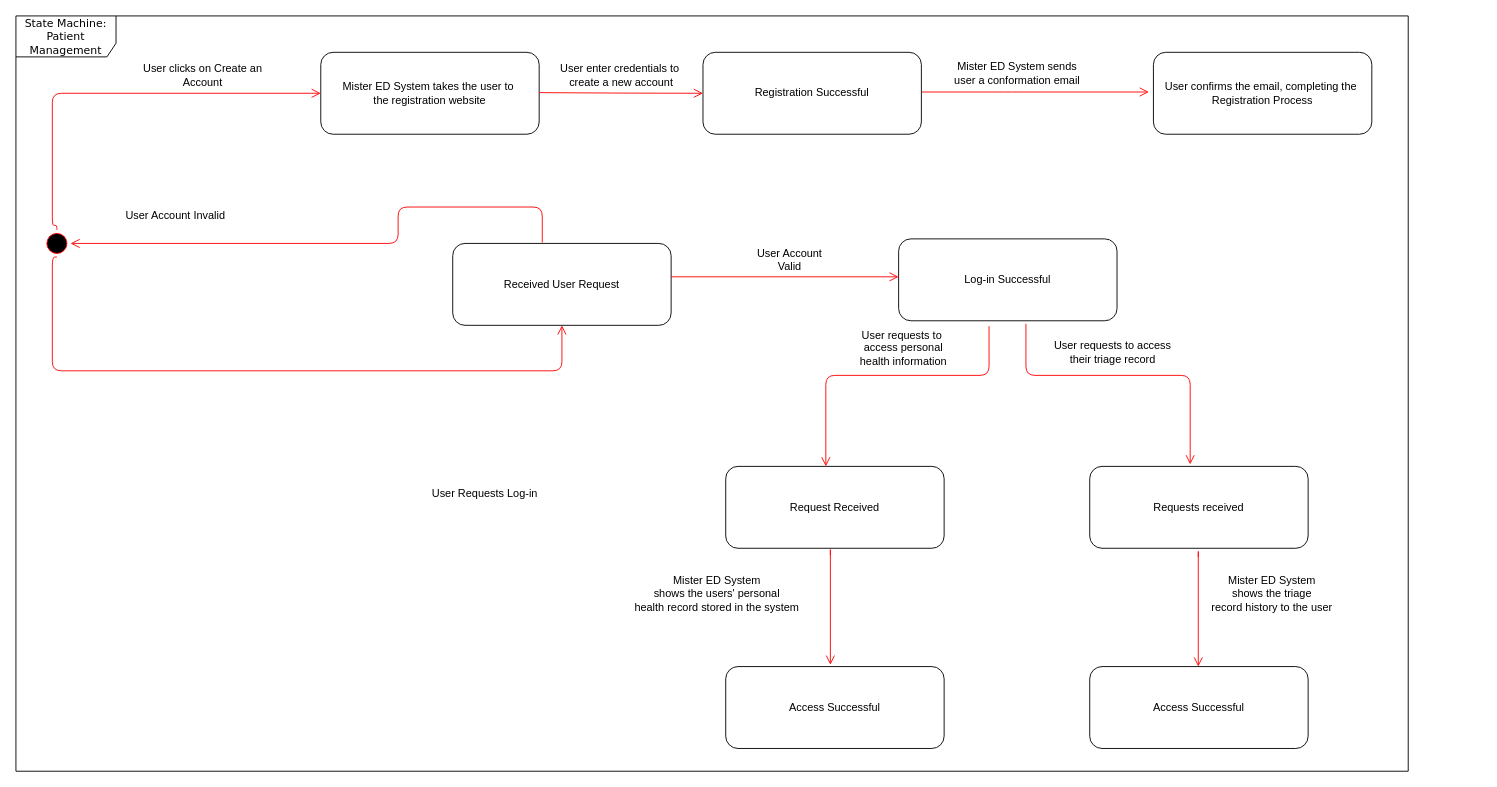
This is Patient_Management_State_Diagram.drawio from uvic-teach/project-m1-team8, a draw.io file, before an edit. Source tidied: cells renumbered, new cells numbered last; positions are measured from the earlier drawing's top-left corner, leaving out a move shared by most shapes. Both pictures are drawn from the tidied source at 91%, with x=0, y=0 at pixel (15, 15).
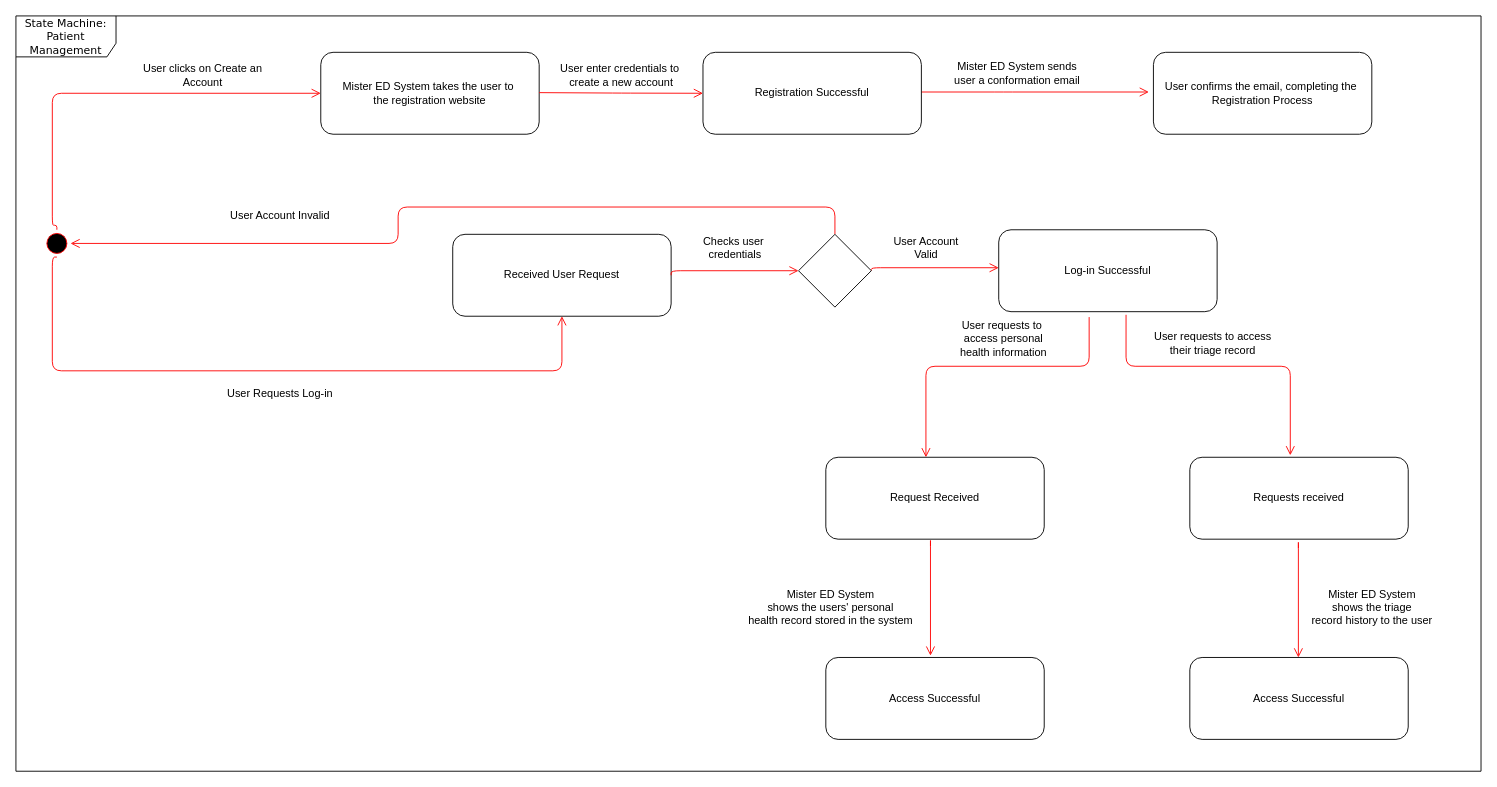
The same page after the edit.

Unchanged cells that the change refers to:
```xml
<mxCell id="3" style="ellipse;html=1;shape=startState;fillColor=#000000;strokeColor=#ff0000;rounded=1;shadow=0;comic=0;labelBackgroundColor=none;fontFamily=Verdana;fontSize=12;fontColor=#000000;align=center;direction=south;" parent="1" vertex="1">
  <mxGeometry x="30" y="235" width="30" height="30" as="geometry" />
</mxCell>
```

The edit, as a diff of the source:
```diff
@@
     <mxCell id="2" value="State Machine: Patient Management" style="shape=umlFrame;whiteSpace=wrap;html=1;rounded=1;shadow=0;comic=0;labelBackgroundColor=none;strokeWidth=1;fontFamily=Verdana;fontSize=12;align=center;width=110;height=45;" parent="1" vertex="1">
-      <mxGeometry width="1530" height="830" as="geometry" />
+      <mxGeometry width="1610" height="830" as="geometry" />
     </mxCell>
@@
     <mxCell id="5" value="User Requests Log-in" style="text;html=1;align=center;verticalAlign=middle;strokeColor=none;fillColor=none;" parent="1" vertex="1">
-      <mxGeometry x="445" y="510" width="140" height="30" as="geometry" />
+      <mxGeometry x="220" y="400" width="140" height="30" as="geometry" />
     </mxCell>
@@
     <mxCell id="8" value="Received User Request" style="rounded=1;whiteSpace=wrap;html=1;" parent="1" vertex="1">
-      <mxGeometry x="480" y="250" width="240" height="90" as="geometry" />
+      <mxGeometry x="480" y="240" width="240" height="90" as="geometry" />
     </mxCell>
@@
-    <mxCell id="14" style="edgeStyle=orthogonalEdgeStyle;html=1;labelBackgroundColor=none;endArrow=open;endSize=8;strokeColor=#ff0000;fontFamily=Verdana;fontSize=12;align=left;entryX=0.5;entryY=0;entryDx=0;entryDy=0;exitX=0.41;exitY=-0.012;exitDx=0;exitDy=0;exitPerimeter=0;" parent="1" edge="1" source="8" target="3">
+    <mxCell id="14" style="edgeStyle=orthogonalEdgeStyle;html=1;labelBackgroundColor=none;endArrow=open;endSize=8;strokeColor=#ff0000;fontFamily=Verdana;fontSize=12;align=left;entryX=0.5;entryY=0;entryDx=0;entryDy=0;exitX=0.5;exitY=0;exitDx=0;exitDy=0;" parent="1" edge="1" source="33" target="3">
       <mxGeometry relative="1" as="geometry">
         <Array as="points">
-          <mxPoint x="578" y="210" />
+          <mxPoint x="900" y="210" />
           <mxPoint x="420" y="210" />
           <mxPoint x="420" y="250" />
         </Array>
       </mxGeometry>
     </mxCell>
@@
-    <mxCell id="17" style="edgeStyle=orthogonalEdgeStyle;html=1;labelBackgroundColor=none;endArrow=open;endSize=8;strokeColor=#ff0000;fontFamily=Verdana;fontSize=12;align=left;entryX=0;entryY=0.5;entryDx=0;entryDy=0;" parent="1" edge="1">
+    <mxCell id="17" style="edgeStyle=orthogonalEdgeStyle;html=1;labelBackgroundColor=none;endArrow=open;endSize=8;strokeColor=#ff0000;fontFamily=Verdana;fontSize=12;align=left;entryX=0;entryY=0.5;entryDx=0;entryDy=0;exitX=1;exitY=0.5;exitDx=0;exitDy=0;" parent="1" edge="1" source="33">
       <mxGeometry relative="1" as="geometry">
-        <mxPoint x="720" y="286.7" as="sourcePoint" />
-        <mxPoint x="970" y="286.7" as="targetPoint" />
+        <mxPoint x="1080" y="276.7" as="targetPoint" />
         <Array as="points">
-          <mxPoint x="810" y="286.7" />
+          <mxPoint x="940" y="277" />
         </Array>
       </mxGeometry>
     </mxCell>
     <mxCell id="18" value="Log-in Successful" style="rounded=1;whiteSpace=wrap;html=1;" parent="1" vertex="1">
-      <mxGeometry x="970" y="245" width="240" height="90" as="geometry" />
+      <mxGeometry x="1080" y="235" width="240" height="90" as="geometry" />
     </mxCell>
     <mxCell id="19" value="User Account&lt;br&gt;Valid" style="text;html=1;align=center;verticalAlign=middle;strokeColor=none;fillColor=none;" parent="1" vertex="1">
-      <mxGeometry x="805" y="248" width="90" height="40" as="geometry" />
+      <mxGeometry x="955" y="235" width="90" height="40" as="geometry" />
     </mxCell>
     <mxCell id="20" style="edgeStyle=orthogonalEdgeStyle;html=1;labelBackgroundColor=none;endArrow=open;endSize=8;strokeColor=#ff0000;fontFamily=Verdana;fontSize=12;align=left;exitX=0.583;exitY=1.038;exitDx=0;exitDy=0;exitPerimeter=0;entryX=0.46;entryY=-0.024;entryDx=0;entryDy=0;entryPerimeter=0;" parent="1" edge="1" source="18" target="22">
       <mxGeometry relative="1" as="geometry">
         <Array as="points">
-          <mxPoint x="1110" y="395" />
-          <mxPoint x="1290" y="395" />
+          <mxPoint x="1220" y="385" />
+          <mxPoint x="1400" y="385" />
         </Array>
       </mxGeometry>
     </mxCell>
     <mxCell id="21" value="User requests to access &lt;br&gt;their triage record" style="text;html=1;align=center;verticalAlign=middle;strokeColor=none;fillColor=none;" parent="1" vertex="1">
-      <mxGeometry x="1130" y="350" width="150" height="40" as="geometry" />
+      <mxGeometry x="1240" y="340" width="150" height="40" as="geometry" />
     </mxCell>
     <mxCell id="22" value="Requests received" style="rounded=1;whiteSpace=wrap;html=1;" parent="1" vertex="1">
-      <mxGeometry x="1180" y="495" width="240" height="90" as="geometry" />
+      <mxGeometry x="1290" y="485" width="240" height="90" as="geometry" />
     </mxCell>
     <mxCell id="23" style="edgeStyle=orthogonalEdgeStyle;html=1;labelBackgroundColor=none;endArrow=open;endSize=8;strokeColor=#ff0000;fontFamily=Verdana;fontSize=12;align=left;" parent="1" edge="1">
       <mxGeometry relative="1" as="geometry">
-        <mxPoint x="1299.3" y="595" as="sourcePoint" />
-        <mxPoint x="1299.3" y="715" as="targetPoint" />
+        <mxPoint x="1409.3" y="585" as="sourcePoint" />
+        <mxPoint x="1409.3" y="705" as="targetPoint" />
         <Array as="points">
-          <mxPoint x="1299.3" y="585" />
-          <mxPoint x="1299.3" y="585" />
+          <mxPoint x="1409.3" y="575" />
+          <mxPoint x="1409.3" y="575" />
         </Array>
       </mxGeometry>
     </mxCell>
     <mxCell id="24" value="Access Successful" style="rounded=1;whiteSpace=wrap;html=1;" parent="1" vertex="1">
-      <mxGeometry x="1180" y="715" width="240" height="90" as="geometry" />
+      <mxGeometry x="1290" y="705" width="240" height="90" as="geometry" />
     </mxCell>
     <mxCell id="25" value="Mister ED System&lt;br&gt;shows the triage&lt;br&gt;record history to the user" style="text;html=1;align=center;verticalAlign=middle;strokeColor=none;fillColor=none;" parent="1" vertex="1">
-      <mxGeometry x="1300" y="605" width="160" height="60" as="geometry" />
+      <mxGeometry x="1410" y="620" width="160" height="60" as="geometry" />
     </mxCell>
     <mxCell id="26" style="edgeStyle=orthogonalEdgeStyle;html=1;labelBackgroundColor=none;endArrow=open;endSize=8;strokeColor=#ff0000;fontFamily=Verdana;fontSize=12;align=left;exitX=0.414;exitY=1.066;exitDx=0;exitDy=0;exitPerimeter=0;" parent="1" edge="1" source="18">
       <mxGeometry relative="1" as="geometry">
-        <mxPoint x="890" y="495" as="targetPoint" />
+        <mxPoint x="1000" y="485" as="targetPoint" />
         <Array as="points">
-          <mxPoint x="1069" y="395" />
-          <mxPoint x="890" y="395" />
+          <mxPoint x="1179" y="385" />
+          <mxPoint x="1000" y="385" />
         </Array>
       </mxGeometry>
     </mxCell>
     <mxCell id="27" value="Request Received" style="rounded=1;whiteSpace=wrap;html=1;" parent="1" vertex="1">
-      <mxGeometry x="780" y="495" width="240" height="90" as="geometry" />
+      <mxGeometry x="890" y="485" width="240" height="90" as="geometry" />
     </mxCell>
     <mxCell id="28" value="User requests to&amp;nbsp;&lt;br&gt;access personal &lt;br&gt;health information" style="text;html=1;align=center;verticalAlign=middle;strokeColor=none;fillColor=none;" parent="1" vertex="1">
-      <mxGeometry x="915" y="335" width="120" height="60" as="geometry" />
+      <mxGeometry x="1025" y="325" width="120" height="60" as="geometry" />
     </mxCell>
     <mxCell id="29" style="edgeStyle=orthogonalEdgeStyle;html=1;labelBackgroundColor=none;endArrow=open;endSize=8;strokeColor=#ff0000;fontFamily=Verdana;fontSize=12;align=left;" parent="1" edge="1">
       <mxGeometry relative="1" as="geometry">
-        <mxPoint x="895" y="593" as="sourcePoint" />
-        <mxPoint x="895" y="713" as="targetPoint" />
+        <mxPoint x="1005" y="583" as="sourcePoint" />
+        <mxPoint x="1005" y="703" as="targetPoint" />
         <Array as="points">
-          <mxPoint x="895" y="583" />
-          <mxPoint x="895" y="583" />
+          <mxPoint x="1005" y="573" />
+          <mxPoint x="1005" y="573" />
         </Array>
       </mxGeometry>
     </mxCell>
     <mxCell id="30" value="Mister ED System&lt;br&gt;shows the users' personal &lt;br&gt;health record stored in the system" style="text;html=1;align=center;verticalAlign=middle;strokeColor=none;fillColor=none;" parent="1" vertex="1">
-      <mxGeometry x="670" y="605" width="200" height="60" as="geometry" />
+      <mxGeometry x="795" y="620" width="200" height="60" as="geometry" />
     </mxCell>
     <mxCell id="31" value="Access Successful" style="rounded=1;whiteSpace=wrap;html=1;" parent="1" vertex="1">
-      <mxGeometry x="780" y="715" width="240" height="90" as="geometry" />
+      <mxGeometry x="890" y="705" width="240" height="90" as="geometry" />
     </mxCell>
     <mxCell id="32" value="User Account Invalid" style="text;html=1;align=center;verticalAlign=middle;strokeColor=none;fillColor=none;" parent="1" vertex="1">
-      <mxGeometry x="110" y="205" width="130" height="30" as="geometry" />
+      <mxGeometry x="225" y="205" width="130" height="30" as="geometry" />
     </mxCell>
+    <mxCell id="33" style="rhombus;whiteSpace=wrap;html=1;" parent="1" vertex="1">
+      <mxGeometry x="860" y="240" width="80" height="80" as="geometry" />
+    </mxCell>
+    <mxCell id="34" style="edgeStyle=orthogonalEdgeStyle;html=1;labelBackgroundColor=none;endArrow=open;endSize=8;strokeColor=#ff0000;fontFamily=Verdana;fontSize=12;align=left;entryX=0;entryY=0.5;entryDx=0;entryDy=0;exitX=1;exitY=0.5;exitDx=0;exitDy=0;" parent="1" edge="1" source="8" target="33">
+      <mxGeometry relative="1" as="geometry">
+        <Array as="points">
+          <mxPoint x="720" y="280" />
+        </Array>
+      </mxGeometry>
+    </mxCell>
+    <mxCell id="35" value="Checks user&amp;nbsp;&lt;br&gt;credentials" style="text;html=1;align=center;verticalAlign=middle;strokeColor=none;fillColor=none;" parent="1" vertex="1">
+      <mxGeometry x="745" y="235" width="90" height="40" as="geometry" />
+    </mxCell>
```
